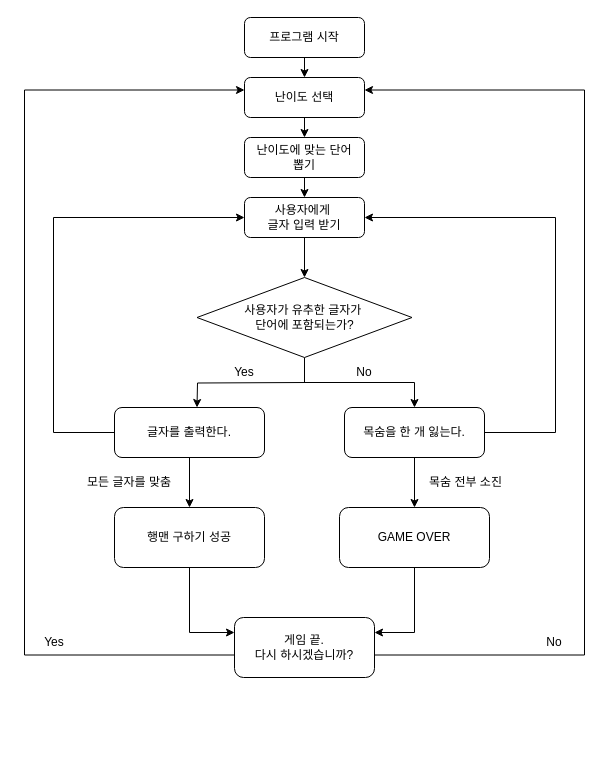
Earlier version of the draw.io diagram 제목 없는 다이어그램.drawio (yogitzer/Python-Team-Project). Source tidied: cells renumbered, new cells numbered last; positions are measured from the earlier drawing's top-left corner, leaving out a move shared by most shapes. Both pictures are drawn from the tidied source at 100%, with x=0, y=0 at pixel (24, 17).
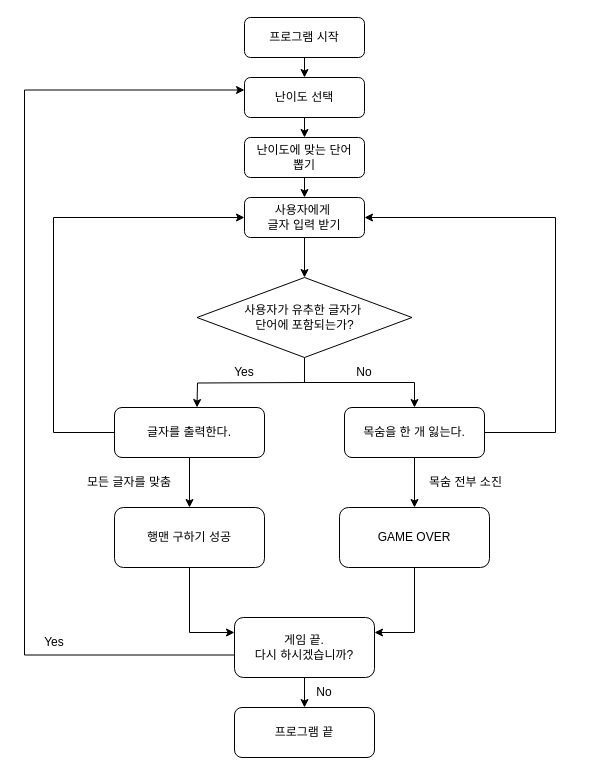
Above is the later version.

Commit message:
프로그램 설계도.drawio

The change refers to these unchanged cells:
```xml
<mxCell id="28" value="게임 끝.&lt;div&gt;다시 하시겠습니까?&lt;/div&gt;" style="rounded=1;whiteSpace=wrap;html=1;" parent="1" vertex="1">
  <mxGeometry x="210" y="600" width="140" height="60" as="geometry" />
</mxCell>
```

What changed in the source:
```diff
@@
-    <mxCell id="27" style="edgeStyle=orthogonalEdgeStyle;rounded=0;orthogonalLoop=1;jettySize=auto;html=1;exitX=1;exitY=0.75;exitDx=0;exitDy=0;entryX=1;entryY=0.5;entryDx=0;entryDy=0;" parent="1" edge="1">
-      <mxGeometry relative="1" as="geometry">
-        <mxPoint x="350" y="637.5" as="sourcePoint" />
-        <mxPoint x="340" y="72.5" as="targetPoint" />
-        <Array as="points">
-          <mxPoint x="560" y="637.5" />
-          <mxPoint x="560" y="72.5" />
-        </Array>
-      </mxGeometry>
-    </mxCell>
+    <mxCell id="32" style="edgeStyle=orthogonalEdgeStyle;rounded=0;jettySize=auto;html=1;exitX=0.5;exitY=1;exitDx=0;exitDy=0;entryX=0.5;entryY=0;entryDx=0;entryDy=0;" parent="1" edge="1" source="28" target="33">
+      <mxGeometry relative="1" as="geometry" />
+    </mxCell>
@@
+    <mxCell id="33" value="프로그램 끝" style="rounded=1;whiteSpace=wrap;html=1;" parent="1" vertex="1">
+      <mxGeometry x="210" y="690" width="140" height="50" as="geometry" />
+    </mxCell>
     <mxCell id="31" value="No" style="text;html=1;align=center;verticalAlign=middle;whiteSpace=wrap;rounded=0;" parent="1" vertex="1">
-      <mxGeometry x="500" y="610" width="60" height="30" as="geometry" />
+      <mxGeometry x="270" y="660" width="60" height="30" as="geometry" />
     </mxCell>
```
